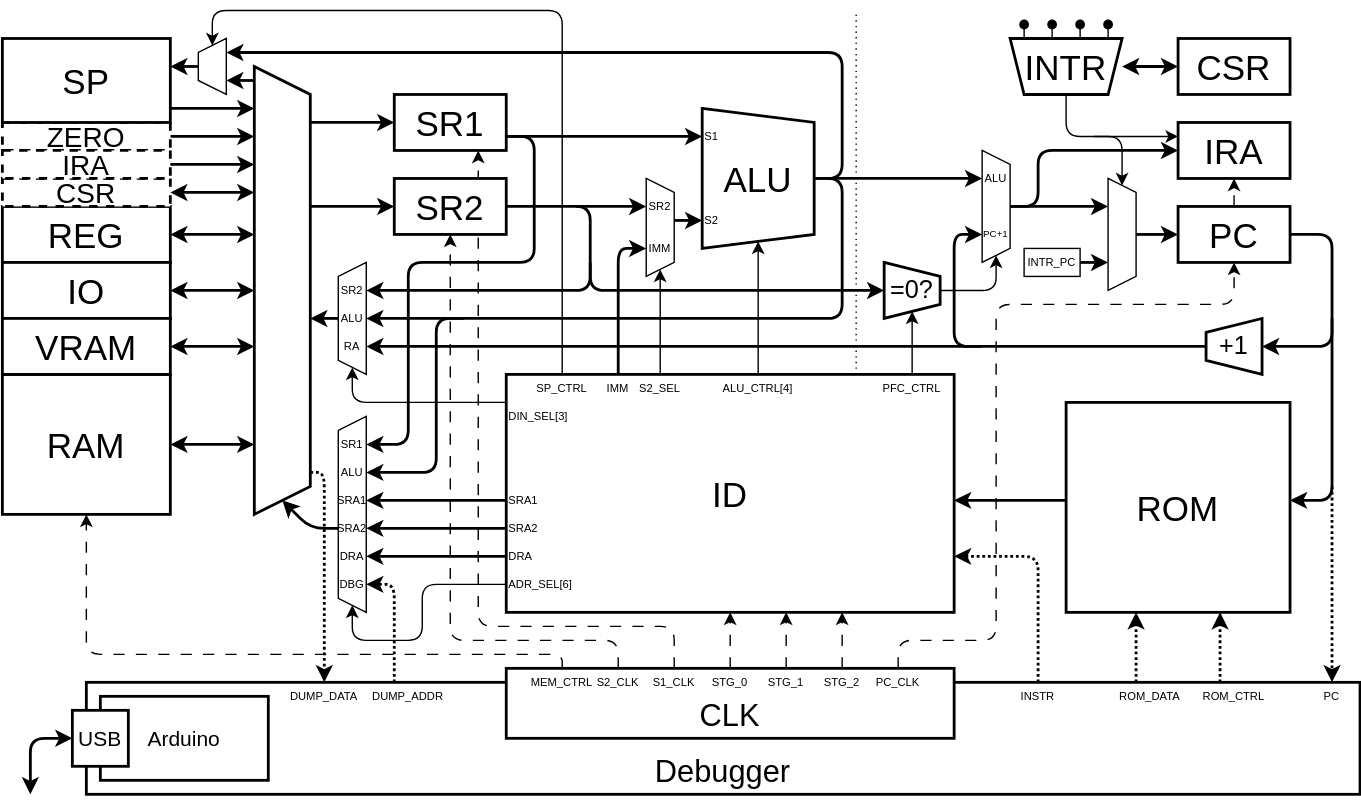
Above: Lab/Computer/RK16/01_Architecture/img/arch.dio.svg in amane-uehara/kanade-k-1228.github.io (draw.io), before the change. Source tidied: cells renumbered, new cells last; positions are measured from the earlier drawing's top-left corner, leaving out a move shared by most shapes.
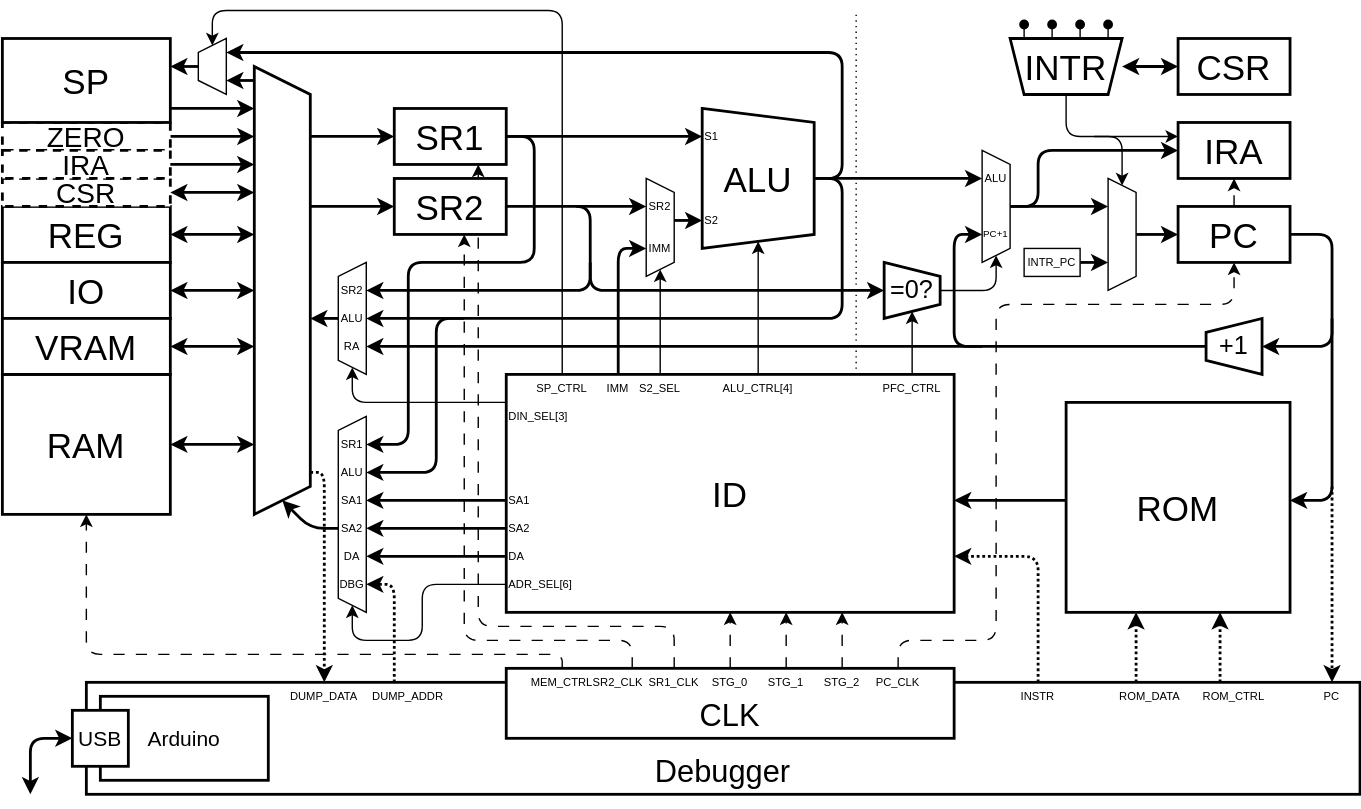
The same file after the commit.

The edit, as a diff of the source:
```diff
@@ -8,7 +8,7 @@
     <mxCell id="3" style="endArrow=classic;html=1;fontSize=25;startArrow=none;startFill=0;dashed=1;fontFamily=Helvetica;dashPattern=8 8;" parent="1" edge="1">
       <mxGeometry relative="1" as="geometry">
         <mxPoint x="480" y="470" as="sourcePoint" />
-        <mxPoint x="340" y="100" as="targetPoint" />
+        <mxPoint x="340" y="110" as="targetPoint" />
         <Array as="points">
           <mxPoint x="480" y="440" />
           <mxPoint x="340" y="440" />
@@ -17,12 +17,12 @@
     </mxCell>
     <mxCell id="4" style="endArrow=classic;html=1;fontSize=25;startArrow=none;startFill=0;dashed=1;fontFamily=Helvetica;dashPattern=8 8;" parent="1" edge="1">
       <mxGeometry relative="1" as="geometry">
-        <mxPoint x="440" y="470" as="sourcePoint" />
-        <mxPoint x="320" y="160" as="targetPoint" />
+        <mxPoint x="450" y="470" as="sourcePoint" />
+        <mxPoint x="330" y="160" as="targetPoint" />
         <Array as="points">
-          <mxPoint x="440" y="450" />
-          <mxPoint x="320" y="450" />
-          <mxPoint x="320" y="250" />
+          <mxPoint x="450" y="450" />
+          <mxPoint x="330" y="450" />
+          <mxPoint x="330" y="250" />
         </Array>
       </mxGeometry>
     </mxCell>
@@ -184,7 +184,7 @@
       <mxGeometry x="280" y="120" width="80" height="40" as="geometry" />
     </mxCell>
     <mxCell id="32" value="SR1" style="rounded=0;whiteSpace=wrap;html=1;fontSize=25;strokeWidth=2;fontFamily=Helvetica;" parent="1" vertex="1">
-      <mxGeometry x="280" y="60" width="80" height="40" as="geometry" />
+      <mxGeometry x="280" y="70" width="80" height="40" as="geometry" />
     </mxCell>
     <mxCell id="33" style="endArrow=classic;html=1;fontSize=25;strokeWidth=2;fontFamily=Helvetica;" parent="1" edge="1">
       <mxGeometry relative="1" as="geometry">
@@ -194,8 +194,8 @@
     </mxCell>
     <mxCell id="34" style="endArrow=classic;html=1;fontSize=25;strokeWidth=2;fontFamily=Helvetica;" parent="1" edge="1">
       <mxGeometry relative="1" as="geometry">
-        <mxPoint x="220" y="80" as="sourcePoint" />
-        <mxPoint x="280" y="80" as="targetPoint" />
+        <mxPoint x="220" y="90" as="sourcePoint" />
+        <mxPoint x="280" y="90" as="targetPoint" />
       </mxGeometry>
     </mxCell>
     <mxCell id="35" value="IO" style="rounded=0;whiteSpace=wrap;html=1;fontSize=25;strokeWidth=2;fontFamily=Helvetica;" parent="1" vertex="1">
@@ -216,10 +216,10 @@
         <mxPoint x="470" y="185" as="targetPoint" />
       </mxGeometry>
     </mxCell>
-    <mxCell id="40" value="S2_CLK" style="text;html=1;strokeColor=none;fillColor=none;align=center;verticalAlign=middle;whiteSpace=wrap;rounded=0;rotation=0;fontSize=8;fontFamily=Helvetica;" parent="1" vertex="1">
+    <mxCell id="40" value="SR2_CLK" style="text;html=1;strokeColor=none;fillColor=none;align=center;verticalAlign=middle;whiteSpace=wrap;rounded=0;rotation=0;fontSize=8;fontFamily=Helvetica;" parent="1" vertex="1">
       <mxGeometry x="420" y="470" width="40" height="20" as="geometry" />
     </mxCell>
-    <mxCell id="41" value="S1_CLK" style="text;html=1;strokeColor=none;fillColor=none;align=center;verticalAlign=middle;whiteSpace=wrap;rounded=0;rotation=0;fontSize=8;fontFamily=Helvetica;" parent="1" vertex="1">
+    <mxCell id="41" value="SR1_CLK" style="text;html=1;strokeColor=none;fillColor=none;align=center;verticalAlign=middle;whiteSpace=wrap;rounded=0;rotation=0;fontSize=8;fontFamily=Helvetica;" parent="1" vertex="1">
       <mxGeometry x="460" y="470" width="40" height="20" as="geometry" />
     </mxCell>
     <mxCell id="42" style="endArrow=classic;html=1;fontSize=25;startArrow=none;startFill=0;fontFamily=Helvetica;" parent="1" edge="1">
@@ -240,10 +240,10 @@
     <mxCell id="46" value="ALU" style="text;html=1;strokeColor=none;fillColor=none;align=center;verticalAlign=middle;whiteSpace=wrap;rounded=0;rotation=0;fontSize=8;fontFamily=Helvetica;" parent="1" vertex="1">
       <mxGeometry x="240" y="320" width="20" height="20" as="geometry" />
     </mxCell>
-    <mxCell id="47" value="SRA1" style="text;html=1;strokeColor=none;fillColor=none;align=center;verticalAlign=middle;whiteSpace=wrap;rounded=0;rotation=0;fontSize=8;fontFamily=Helvetica;" parent="1" vertex="1">
+    <mxCell id="47" value="SA1" style="text;html=1;strokeColor=none;fillColor=none;align=center;verticalAlign=middle;whiteSpace=wrap;rounded=0;rotation=0;fontSize=8;fontFamily=Helvetica;" parent="1" vertex="1">
       <mxGeometry x="240" y="340" width="20" height="20" as="geometry" />
     </mxCell>
-    <mxCell id="48" value="SRA1" style="text;html=1;strokeColor=none;fillColor=none;align=left;verticalAlign=middle;whiteSpace=wrap;rounded=0;rotation=0;fontSize=8;fontFamily=Helvetica;" parent="1" vertex="1">
+    <mxCell id="48" value="SA1" style="text;html=1;strokeColor=none;fillColor=none;align=left;verticalAlign=middle;whiteSpace=wrap;rounded=0;rotation=0;fontSize=8;fontFamily=Helvetica;" parent="1" vertex="1">
       <mxGeometry x="360" y="340" width="20" height="20" as="geometry" />
     </mxCell>
     <mxCell id="49" value="ADR_SEL[6]" style="text;html=1;strokeColor=none;fillColor=none;align=left;verticalAlign=middle;whiteSpace=wrap;rounded=0;rotation=0;fontSize=8;fontFamily=Helvetica;" parent="1" vertex="1">
@@ -301,13 +301,13 @@
     <mxCell id="59" value="RA" style="text;html=1;strokeColor=none;fillColor=none;align=center;verticalAlign=middle;whiteSpace=wrap;rounded=0;rotation=0;fontSize=8;fontFamily=Helvetica;" parent="1" vertex="1">
       <mxGeometry x="240" y="230" width="20" height="20" as="geometry" />
     </mxCell>
-    <mxCell id="60" value="SRA2" style="text;html=1;strokeColor=none;fillColor=none;align=center;verticalAlign=middle;whiteSpace=wrap;rounded=0;rotation=0;fontSize=8;fontFamily=Helvetica;" parent="1" vertex="1">
+    <mxCell id="60" value="SA2" style="text;html=1;strokeColor=none;fillColor=none;align=center;verticalAlign=middle;whiteSpace=wrap;rounded=0;rotation=0;fontSize=8;fontFamily=Helvetica;" parent="1" vertex="1">
       <mxGeometry x="240" y="360" width="20" height="20" as="geometry" />
     </mxCell>
-    <mxCell id="61" value="SRA2" style="text;html=1;strokeColor=none;fillColor=none;align=left;verticalAlign=middle;whiteSpace=wrap;rounded=0;rotation=0;fontSize=8;fontFamily=Helvetica;" parent="1" vertex="1">
+    <mxCell id="61" value="SA2" style="text;html=1;strokeColor=none;fillColor=none;align=left;verticalAlign=middle;whiteSpace=wrap;rounded=0;rotation=0;fontSize=8;fontFamily=Helvetica;" parent="1" vertex="1">
       <mxGeometry x="360" y="360" width="20" height="20" as="geometry" />
     </mxCell>
-    <mxCell id="62" value="DRA" style="text;html=1;strokeColor=none;fillColor=none;align=center;verticalAlign=middle;whiteSpace=wrap;rounded=0;rotation=0;fontSize=8;fontFamily=Helvetica;" parent="1" vertex="1">
+    <mxCell id="62" value="DA" style="text;html=1;strokeColor=none;fillColor=none;align=center;verticalAlign=middle;whiteSpace=wrap;rounded=0;rotation=0;fontSize=8;fontFamily=Helvetica;" parent="1" vertex="1">
       <mxGeometry x="240" y="380" width="20" height="20" as="geometry" />
     </mxCell>
     <mxCell id="63" style="endArrow=classic;html=1;fontSize=25;startArrow=none;startFill=0;strokeWidth=2;fontFamily=Helvetica;" parent="1" edge="1">
@@ -316,7 +316,7 @@
         <mxPoint x="260" y="390" as="targetPoint" />
       </mxGeometry>
     </mxCell>
-    <mxCell id="64" value="DRA" style="text;html=1;strokeColor=none;fillColor=none;align=left;verticalAlign=middle;whiteSpace=wrap;rounded=0;rotation=0;fontSize=8;fontFamily=Helvetica;" parent="1" vertex="1">
+    <mxCell id="64" value="DA" style="text;html=1;strokeColor=none;fillColor=none;align=left;verticalAlign=middle;whiteSpace=wrap;rounded=0;rotation=0;fontSize=8;fontFamily=Helvetica;" parent="1" vertex="1">
       <mxGeometry x="360" y="380" width="20" height="20" as="geometry" />
     </mxCell>
     <mxCell id="65" value="S1" style="text;html=1;strokeColor=none;fillColor=none;align=left;verticalAlign=middle;whiteSpace=wrap;rounded=0;rotation=0;fontSize=8;fontFamily=Helvetica;" parent="1" vertex="1">
```
